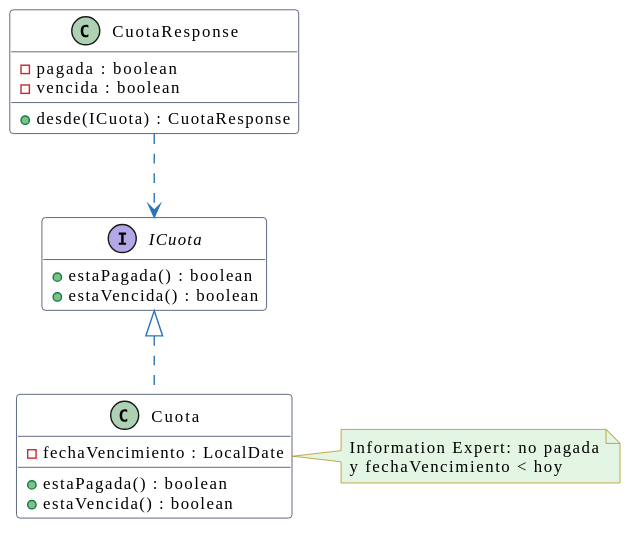
Before: docs/reporte/puml/m6-despues.svg, a diagram exported from PlantUML (andreiveisuade/TPO-ProcesoDesarrolloSoftware-V3). Its source is kept beside it as docs/reporte/puml/m6-despues.puml.
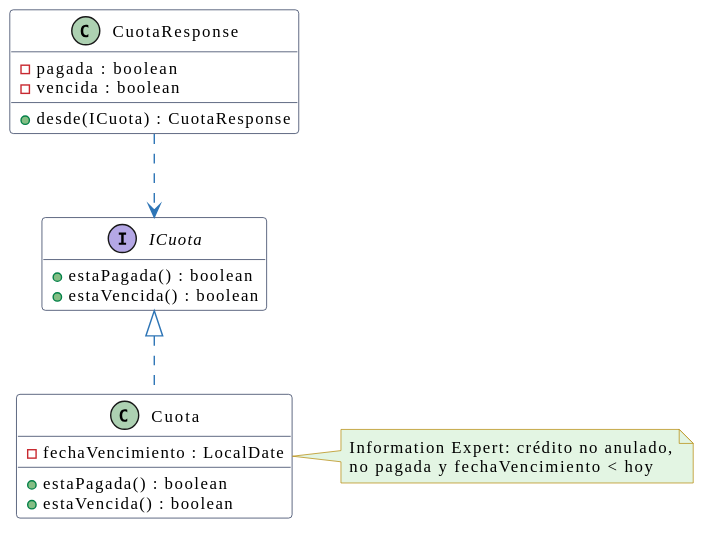
After the commit.

The edit, as a diff of the source:
```diff
@@ -26,7 +26,7 @@
 ICuota <|.. Cuota
 CuotaResponse ..> ICuota
 note right of Cuota #E3F5E3
-  Information Expert: no pagada
-  y fechaVencimiento < hoy
+  Information Expert: crédito no anulado,
+  no pagada y fechaVencimiento < hoy
 end note
 @enduml
```
